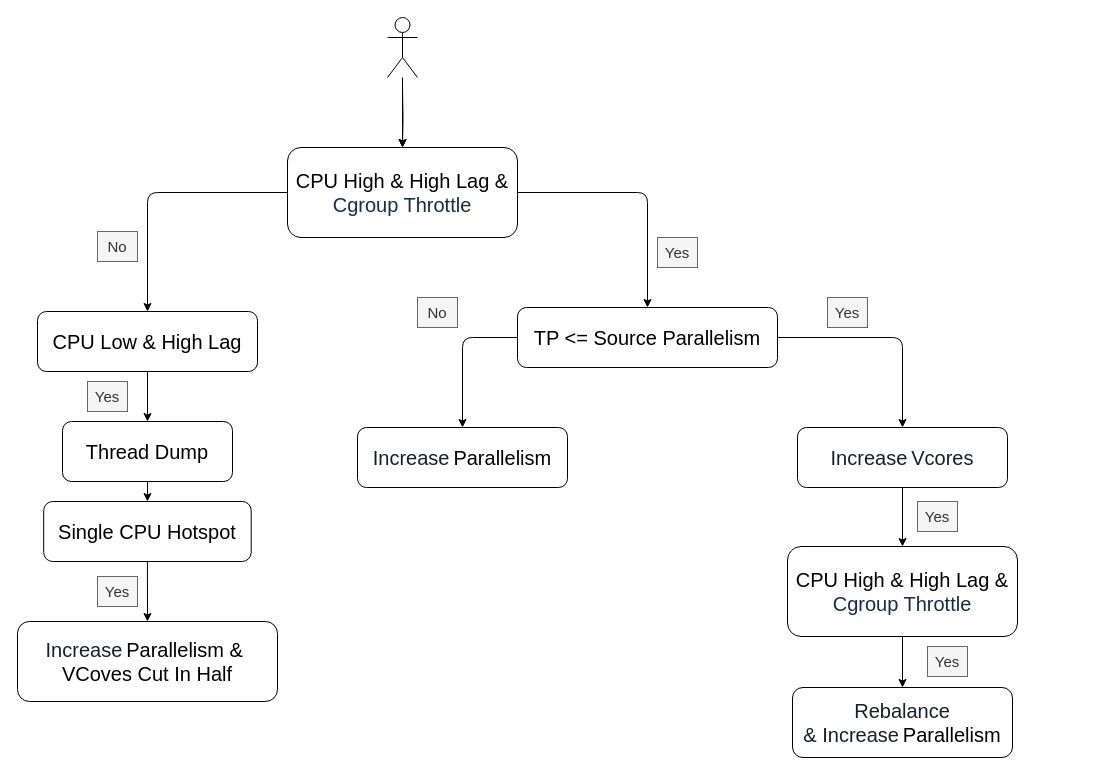
This is warship/Flink-Auto-Scaling-Flow-Chart.drawio from imperio-wxm/draw, a draw.io file, before an edit. Source tidied: cells renumbered, new cells numbered last; positions are measured from the earlier drawing's top-left corner, leaving out a move shared by most shapes. Both pictures are drawn from the tidied source at 100%, with x=0, y=0 at pixel (17, 17).
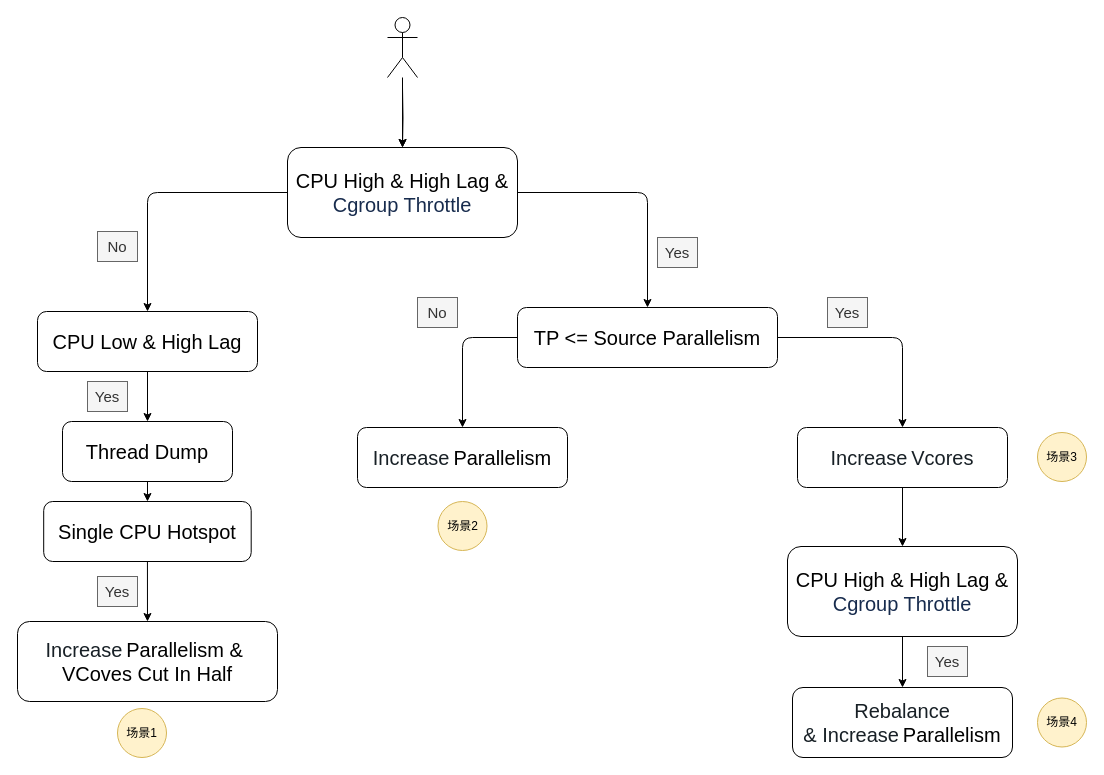
Above is the later version.

Diff of the diagram source:
```diff
@@
-    <mxCell id="29" value="&lt;font style=&quot;font-size: 15px&quot;&gt;Yes&lt;/font&gt;" style="text;html=1;strokeColor=#666666;fillColor=#f5f5f5;align=center;verticalAlign=middle;whiteSpace=wrap;rounded=0;fontColor=#333333;" parent="1" vertex="1">
-      <mxGeometry x="900" y="484" width="40" height="30" as="geometry" />
-    </mxCell>
@@
+    <mxCell id="32" value="场景1" style="ellipse;whiteSpace=wrap;html=1;fillColor=#fff2cc;strokeColor=#d6b656;" parent="1" vertex="1">
+      <mxGeometry x="100" y="691" width="49" height="49" as="geometry" />
+    </mxCell>
+    <mxCell id="33" value="场景2" style="ellipse;whiteSpace=wrap;html=1;fillColor=#fff2cc;strokeColor=#d6b656;" parent="1" vertex="1">
+      <mxGeometry x="420.5" y="484" width="49" height="49" as="geometry" />
+    </mxCell>
+    <mxCell id="34" value="场景3" style="ellipse;whiteSpace=wrap;html=1;fillColor=#fff2cc;strokeColor=#d6b656;" parent="1" vertex="1">
+      <mxGeometry x="1020" y="415" width="49" height="49" as="geometry" />
+    </mxCell>
+    <mxCell id="35" value="场景4" style="ellipse;whiteSpace=wrap;html=1;fillColor=#fff2cc;strokeColor=#d6b656;" parent="1" vertex="1">
+      <mxGeometry x="1020" y="680.5" width="49" height="49" as="geometry" />
+    </mxCell>
```
